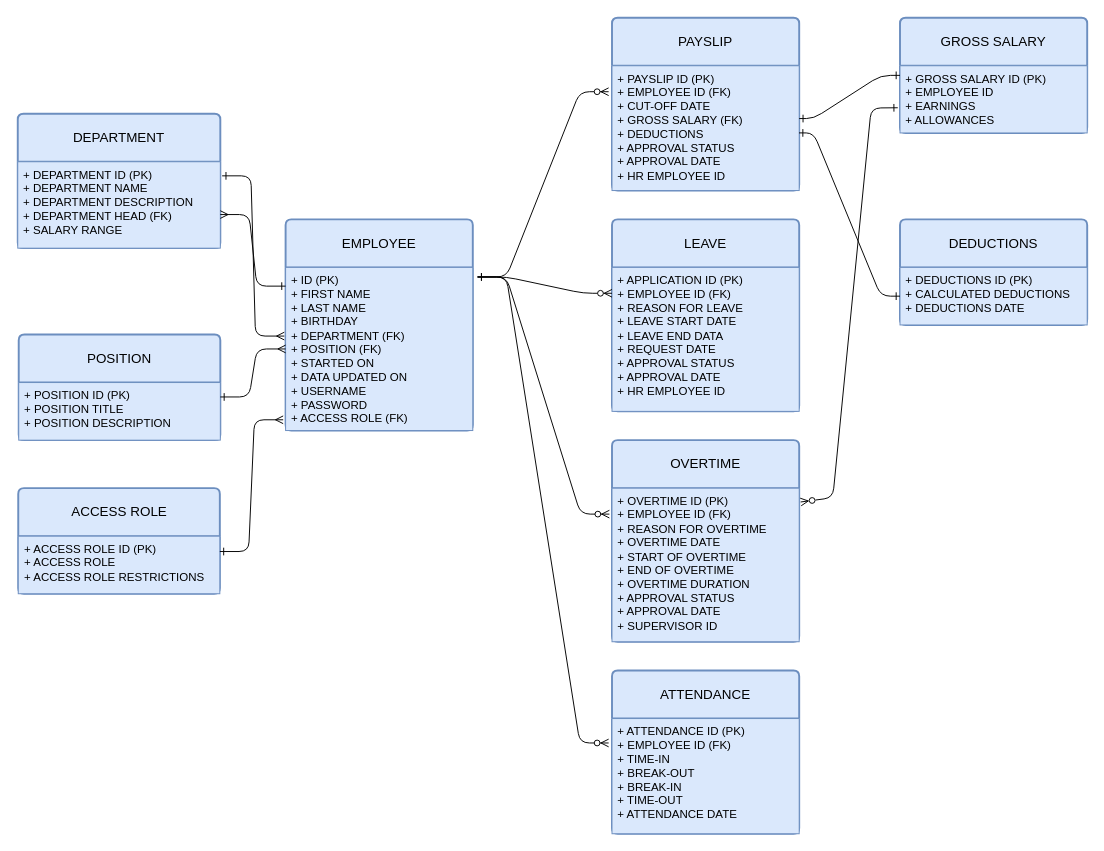
Earlier version of the draw.io diagram MO-IT107-ERD.drawio (zephyrstorm123/MO-IT107-Worksheet3-ERD). Source tidied: cells renumbered, new cells numbered last; positions are measured from the earlier drawing's top-left corner, leaving out a move shared by most shapes. Both pictures are drawn from the tidied source at 96%, with x=0, y=0 at pixel (-16, 17).
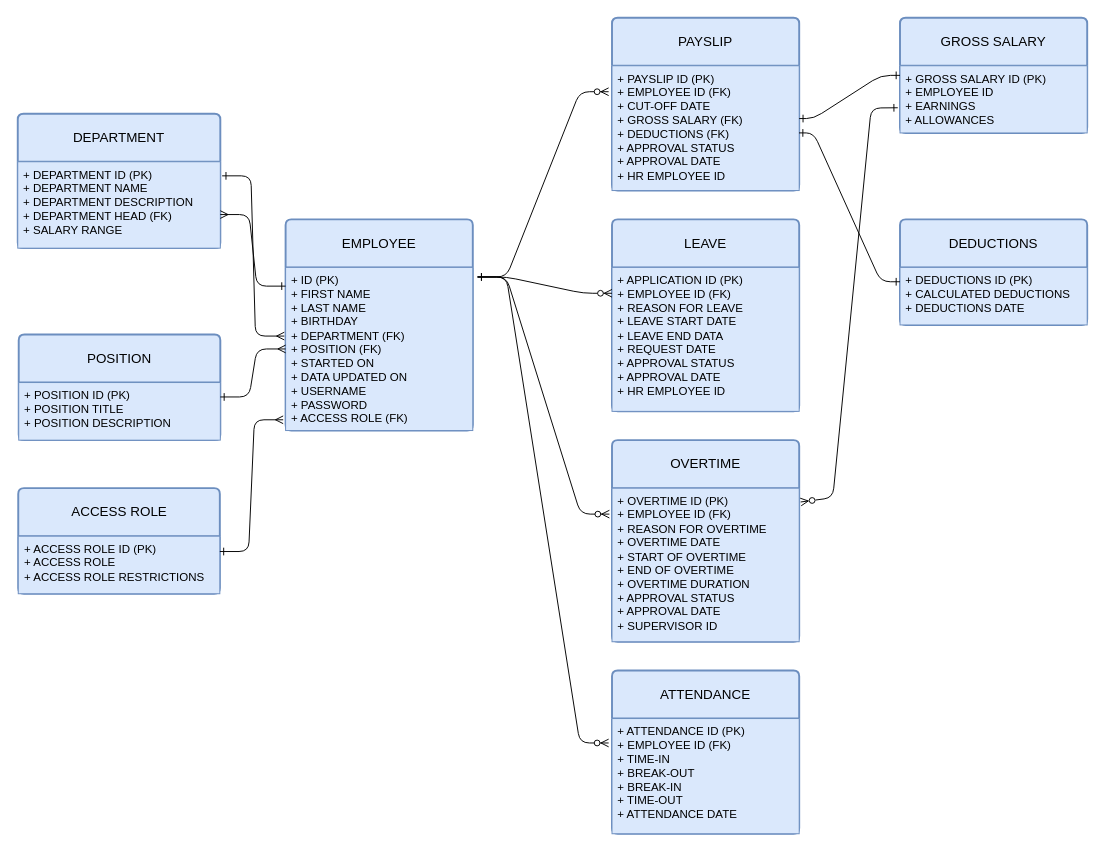
The same page after the edit.

The change refers to these unchanged cells:
```xml
<mxCell id="6" value="PAYSLIP" style="swimlane;horizontal=1;startSize=50;rounded=1;fontSize=14;fontStyle=0;strokeWidth=2;shadow=0;dashed=0;align=center;arcSize=4;whiteSpace=wrap;html=1;fillColor=#dae8fc;strokeColor=#6c8ebf;" parent="1" vertex="1">
  <mxGeometry x="654" width="195" height="180" as="geometry" />
</mxCell>
<mxCell id="25" value="+ DEDUCTIONS ID (PK)&lt;br&gt;+ CALCULATED DEDUCTIONS&lt;br&gt;+ DEDUCTIONS DATE" style="align=left;strokeColor=#6c8ebf;fillColor=#dae8fc;spacingLeft=4;fontSize=12;verticalAlign=top;html=1;" parent="24" vertex="1">
  <mxGeometry y="50" width="195" height="60" as="geometry" />
</mxCell>
```

The edit, as a diff of the source:
```diff
@@
-    <mxCell id="7" value="+ PAYSLIP ID (PK)&lt;br&gt;+ EMPLOYEE ID (FK)&lt;br&gt;+ CUT-OFF DATE&lt;br&gt;+ GROSS SALARY (FK)&lt;br&gt;+ DEDUCTIONS&lt;br&gt;+ APPROVAL STATUS&lt;br&gt;+ APPROVAL DATE&lt;br&gt;+ HR EMPLOYEE ID" style="align=left;strokeColor=#6c8ebf;fillColor=#dae8fc;spacingLeft=4;fontSize=12;verticalAlign=top;html=1;" parent="6" vertex="1">
+    <mxCell id="7" value="+ PAYSLIP ID (PK)&lt;br&gt;+ EMPLOYEE ID (FK)&lt;br&gt;+ CUT-OFF DATE&lt;br&gt;+ GROSS SALARY (FK)&lt;br&gt;+ DEDUCTIONS (FK)&lt;br&gt;+ APPROVAL STATUS&lt;br&gt;+ APPROVAL DATE&lt;br&gt;+ HR EMPLOYEE ID" style="align=left;strokeColor=#6c8ebf;fillColor=#dae8fc;spacingLeft=4;fontSize=12;verticalAlign=top;html=1;" parent="6" vertex="1">
       <mxGeometry y="50" width="195" height="130" as="geometry" />
     </mxCell>
@@
-    <mxCell id="26" style="endArrow=ERone;html=1;rounded=1;entryX=0;entryY=0.5;entryDx=0;entryDy=0;exitX=0.999;exitY=0.538;exitDx=0;exitDy=0;exitPerimeter=0;startArrow=ERone;startFill=0;endFill=0;curved=0;" parent="1" edge="1" source="7" target="25">
+    <mxCell id="26" style="endArrow=ERone;html=1;rounded=1;entryX=0;entryY=0.25;entryDx=0;entryDy=0;exitX=0.999;exitY=0.538;exitDx=0;exitDy=0;exitPerimeter=0;startArrow=ERone;startFill=0;endFill=0;curved=0;" parent="1" edge="1" source="7" target="25">
       <mxGeometry relative="1" as="geometry">
         <Array as="points">
           <mxPoint x="864" y="120" />
-          <mxPoint x="934" y="290" />
+          <mxPoint x="934" y="275" />
         </Array>
       </mxGeometry>
     </mxCell>
```
